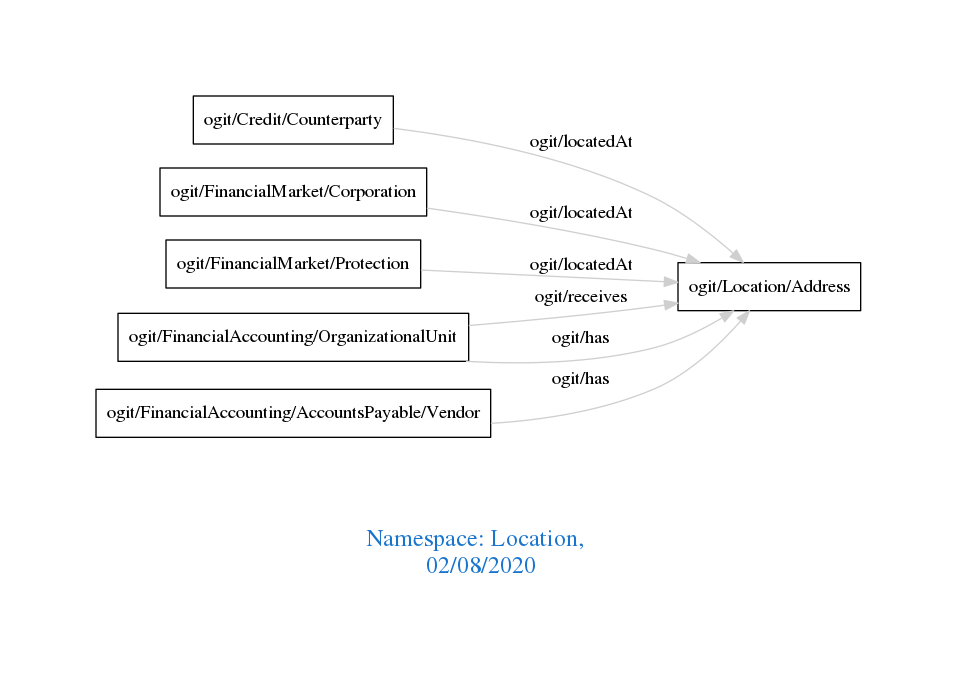
Before: downloads/Location.png, a diagram exported from Graphviz (arago/OGIT). Its source is kept beside it as downloads/Location.dot.
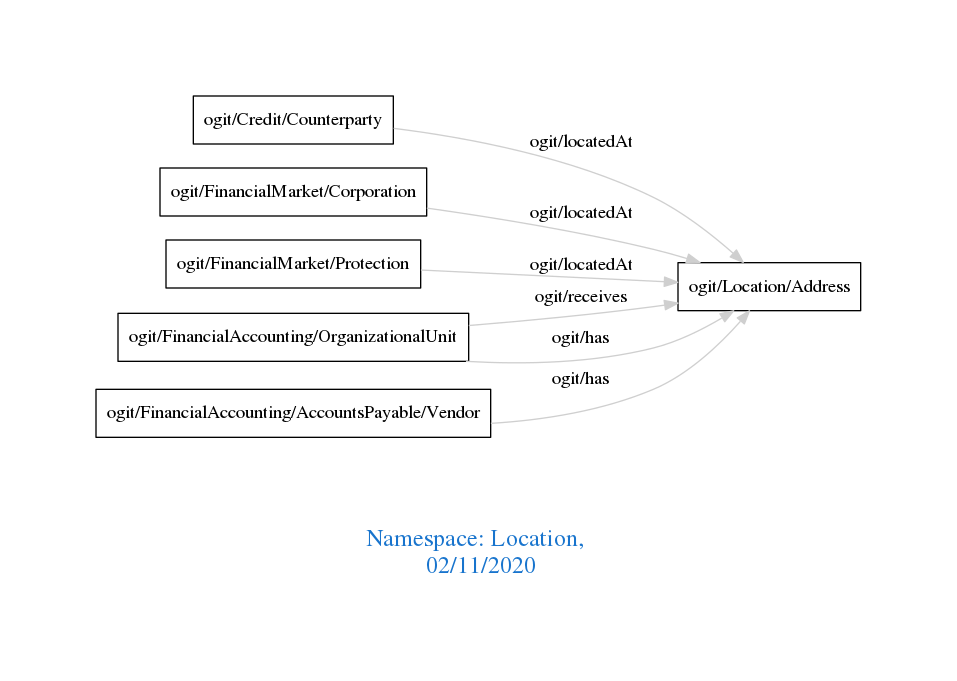
After the commit.

Change to the diagram source:
```diff
@@ -1,7 +1,7 @@
 digraph OGIT_ontology {
  graph [ rankdir= LR,pad=1
 fontsize = 18,
-fontcolor= dodgerblue3,label = "\n\n\nNamespace: Location, \n 02/08/2020"];
+fontcolor= dodgerblue3,label = "\n\n\nNamespace: Location, \n 02/11/2020"];
 node[shape=polygon];
 edge [  color="gray81"];
 
```
